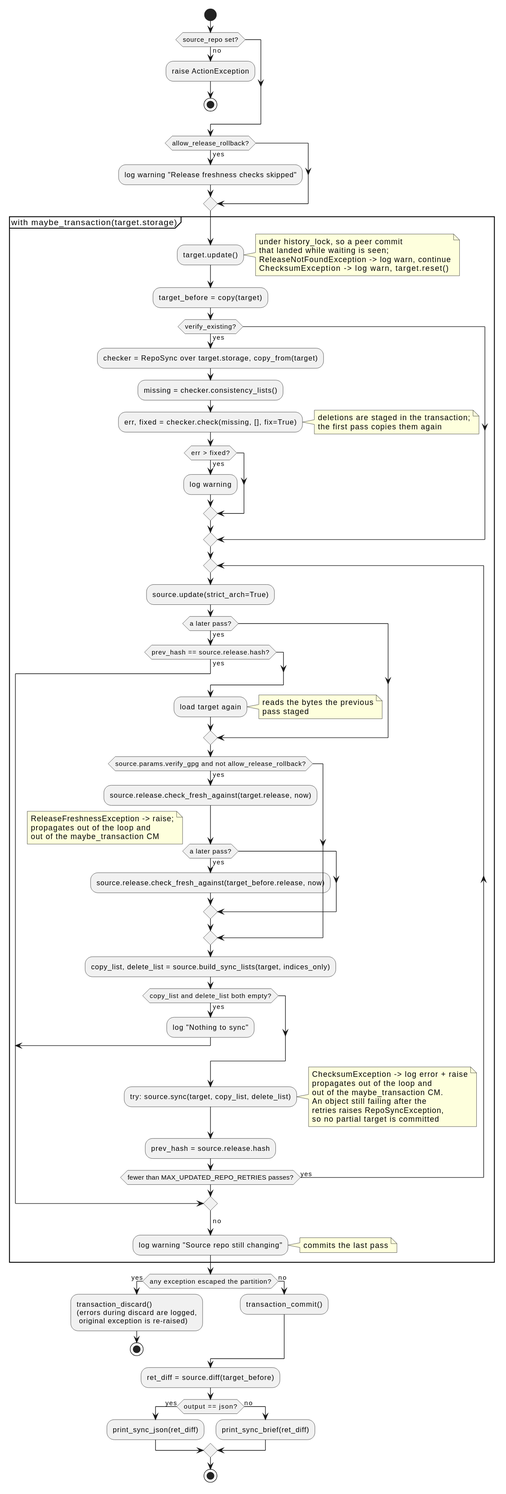
Above: docs/development/diagrams/action-sync-activity.svg in vinklat/debkit (PlantUML), before the change. Its source is kept beside it as docs/development/diagrams/action-sync-activity.puml.
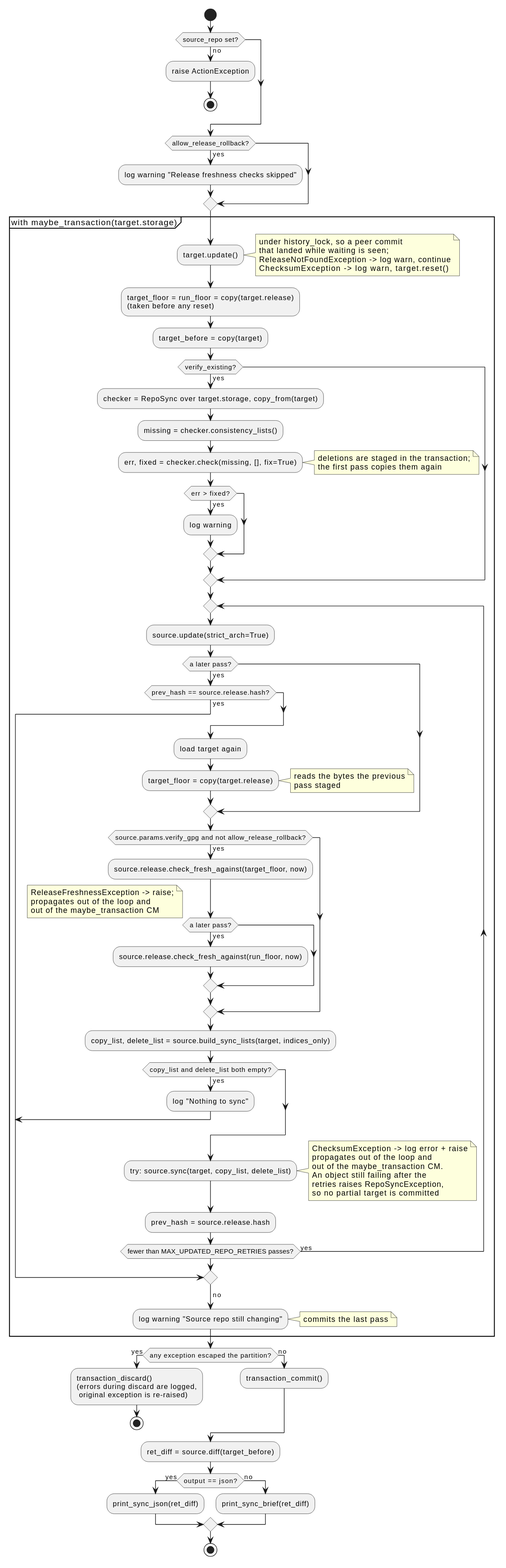
The same diagram one commit later.

Commit message:
Keep the rollback floor of a target reset as corrupt

Change to the diagram source:
```diff
@@ -17,6 +17,8 @@
     ReleaseNotFoundException -> log warn, continue
     ChecksumException    -> log warn, target.reset()
   end note
+  :target_floor = run_floor = copy(target.release)
+  (taken before any reset);
   :target_before = copy(target);
   if (verify_existing?) then (yes)
     :checker = RepoSync over target.storage, copy_from(target);
@@ -37,12 +39,13 @@
         break
       endif
       :load target again;
+      :target_floor = copy(target.release);
       note right: reads the bytes the previous\npass staged
     endif
     if (source.params.verify_gpg and not allow_release_rollback?) then (yes)
-      :source.release.check_fresh_against(target.release, now);
+      :source.release.check_fresh_against(target_floor, now);
       if (a later pass?) then (yes)
-        :source.release.check_fresh_against(target_before.release, now);
+        :source.release.check_fresh_against(run_floor, now);
       endif
       note right
         ReleaseFreshnessException -> raise;
```
